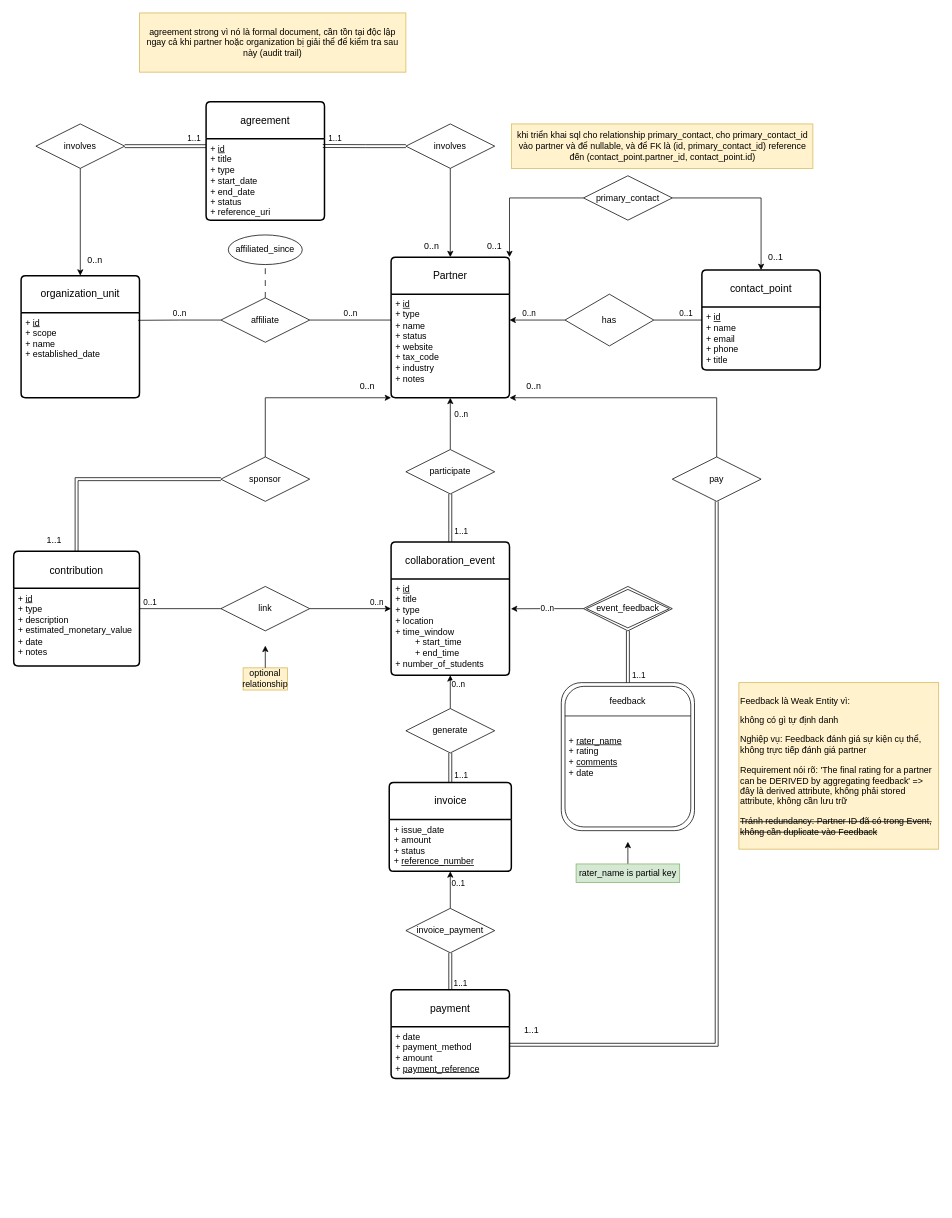
Above: ERD-draft.drawio in nduc03/cs4420-project (draw.io), before the change. Source tidied: cells renumbered, new cells numbered last; positions are measured from the earlier drawing's top-left corner, leaving out a move shared by most shapes. Both pictures are drawn from the tidied source at 74%, with x=0, y=0 at pixel (13, 13).
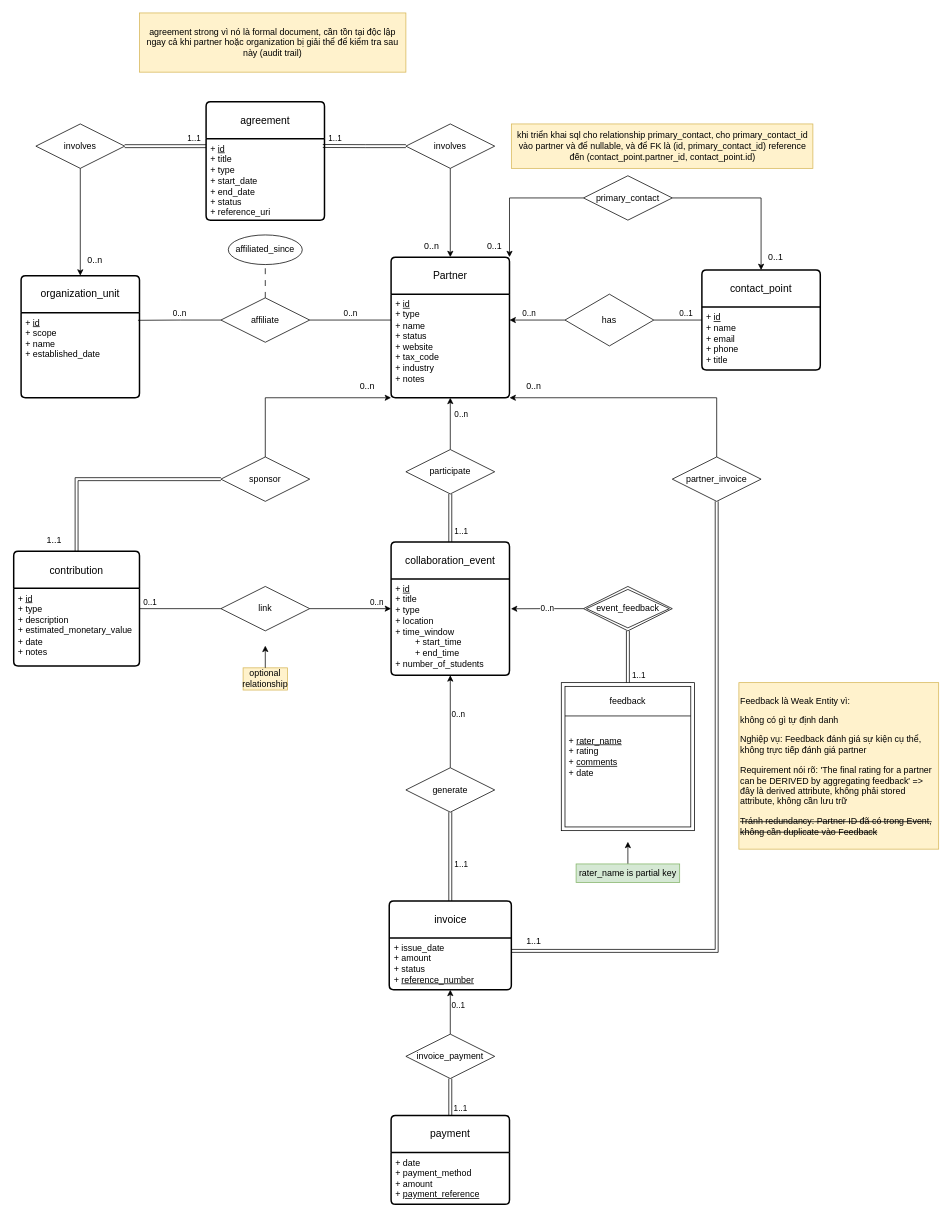
The same diagram, later.

The change refers to these unchanged cells:
```xml
<mxCell id="48" value="+ issue_date&lt;div&gt;+ amount&lt;/div&gt;&lt;div&gt;+ status&lt;/div&gt;&lt;div&gt;+ &lt;u&gt;reference_number&lt;/u&gt;&lt;/div&gt;" style="align=left;strokeColor=none;fillColor=none;spacingLeft=4;spacingRight=4;fontSize=12;verticalAlign=top;html=1;whiteSpace=wrap;" parent="47" vertex="1">
  <mxGeometry y="50" width="165" height="70" as="geometry" />
</mxCell>
<mxCell id="57" value="&lt;div&gt;+ date&lt;/div&gt;&lt;div&gt;+ payment_method&lt;/div&gt;&lt;div&gt;+ amount&lt;/div&gt;&lt;div&gt;+ &lt;u&gt;payment_reference&lt;/u&gt;&lt;/div&gt;" style="align=left;strokeColor=none;fillColor=none;spacingLeft=4;spacingRight=4;fontSize=12;verticalAlign=top;html=1;whiteSpace=wrap;" parent="56" vertex="1">
  <mxGeometry y="50" width="160" height="70" as="geometry" />
</mxCell>
```

What changed in the source:
```diff
@@
-    <mxCell id="29" style="edgeStyle=orthogonalEdgeStyle;rounded=0;jettySize=auto;html=1;entryX=1;entryY=0.348;entryDx=0;entryDy=0;endArrow=none;endFill=0;entryPerimeter=0;shape=link;" parent="1" edge="1" source="30" target="57">
-      <mxGeometry relative="1" as="geometry">
-        <Array as="points">
-          <mxPoint x="950" y="1394" />
-        </Array>
-      </mxGeometry>
-    </mxCell>
+    <mxCell id="74" style="edgeStyle=orthogonalEdgeStyle;rounded=0;jettySize=auto;html=1;entryX=1;entryY=0.25;entryDx=0;entryDy=0;shape=link;" parent="1" edge="1" source="30" target="48">
+      <mxGeometry relative="1" as="geometry">
+        <Array as="points">
+          <mxPoint x="950" y="1268" />
+        </Array>
+      </mxGeometry>
+    </mxCell>
-    <mxCell id="30" value="pay" style="shape=rhombus;perimeter=rhombusPerimeter;whiteSpace=wrap;html=1;align=center;" parent="1" vertex="1">
+    <mxCell id="30" value="partner_invoice" style="shape=rhombus;perimeter=rhombusPerimeter;whiteSpace=wrap;html=1;align=center;" parent="1" vertex="1">
       <mxGeometry x="890" y="600" width="120" height="60" as="geometry" />
     </mxCell>
@@
-    <mxCell id="41" value="&amp;nbsp;&lt;span style=&quot;background-color: transparent; color: light-dark(rgb(0, 0, 0), rgb(255, 255, 255));&quot;&gt;+ &lt;u&gt;rater_name&lt;/u&gt;&lt;/span&gt;&lt;div&gt;&amp;nbsp;+ rating&lt;/div&gt;&lt;div&gt;&amp;nbsp;+ &lt;u&gt;comments&lt;/u&gt;&lt;/div&gt;&lt;div&gt;&amp;nbsp;+ date&lt;/div&gt;" style="shape=ext;margin=3;double=1;whiteSpace=wrap;html=1;align=left;rounded=1;" parent="1" vertex="1">
+    <mxCell id="41" value="&amp;nbsp;&lt;span style=&quot;background-color: transparent; color: light-dark(rgb(0, 0, 0), rgb(255, 255, 255));&quot;&gt;+ &lt;u&gt;rater_name&lt;/u&gt;&lt;/span&gt;&lt;div&gt;&amp;nbsp;+ rating&lt;/div&gt;&lt;div&gt;&amp;nbsp;+ &lt;u&gt;comments&lt;/u&gt;&lt;/div&gt;&lt;div&gt;&amp;nbsp;+ date&lt;/div&gt;" style="shape=ext;margin=3;double=1;whiteSpace=wrap;html=1;align=left;rounded=0;" parent="1" vertex="1">
       <mxGeometry x="740" y="905" width="180" height="200" as="geometry" />
     </mxCell>
@@
     <mxCell id="47" value="invoice" style="swimlane;horizontal=1;startSize=50;rounded=1;fontSize=14;fontStyle=0;strokeWidth=2;shadow=0;dashed=0;align=center;arcSize=4;whiteSpace=wrap;html=1;" parent="1" vertex="1">
-      <mxGeometry x="507.5" y="1040" width="165" height="120" as="geometry" />
+      <mxGeometry x="507.5" y="1200" width="165" height="120" as="geometry" />
     </mxCell>
@@
     <mxCell id="51" value="generate" style="shape=rhombus;perimeter=rhombusPerimeter;whiteSpace=wrap;html=1;align=center;" parent="1" vertex="1">
-      <mxGeometry x="530" y="940" width="120" height="60" as="geometry" />
+      <mxGeometry x="530" y="1020" width="120" height="60" as="geometry" />
     </mxCell>
@@
     <mxCell id="55" value="invoice_payment" style="shape=rhombus;perimeter=rhombusPerimeter;whiteSpace=wrap;html=1;align=center;" parent="1" vertex="1">
-      <mxGeometry x="530" y="1210" width="120" height="60" as="geometry" />
+      <mxGeometry x="530" y="1380" width="120" height="60" as="geometry" />
     </mxCell>
     <mxCell id="56" value="payment" style="swimlane;horizontal=1;startSize=50;rounded=1;fontSize=14;fontStyle=0;strokeWidth=2;shadow=0;dashed=0;align=center;arcSize=4;whiteSpace=wrap;html=1;" parent="1" vertex="1">
-      <mxGeometry x="510" y="1320" width="160" height="120" as="geometry" />
+      <mxGeometry x="510" y="1490" width="160" height="120" as="geometry" />
     </mxCell>
@@
     <mxCell id="66" value="1..1" style="text;html=1;whiteSpace=wrap;strokeColor=none;fillColor=none;align=center;verticalAlign=middle;rounded=0;" parent="1" vertex="1">
-      <mxGeometry x="670" y="1360" width="60" height="30" as="geometry" />
+      <mxGeometry x="672.5" y="1240" width="60" height="30" as="geometry" />
     </mxCell>
```
